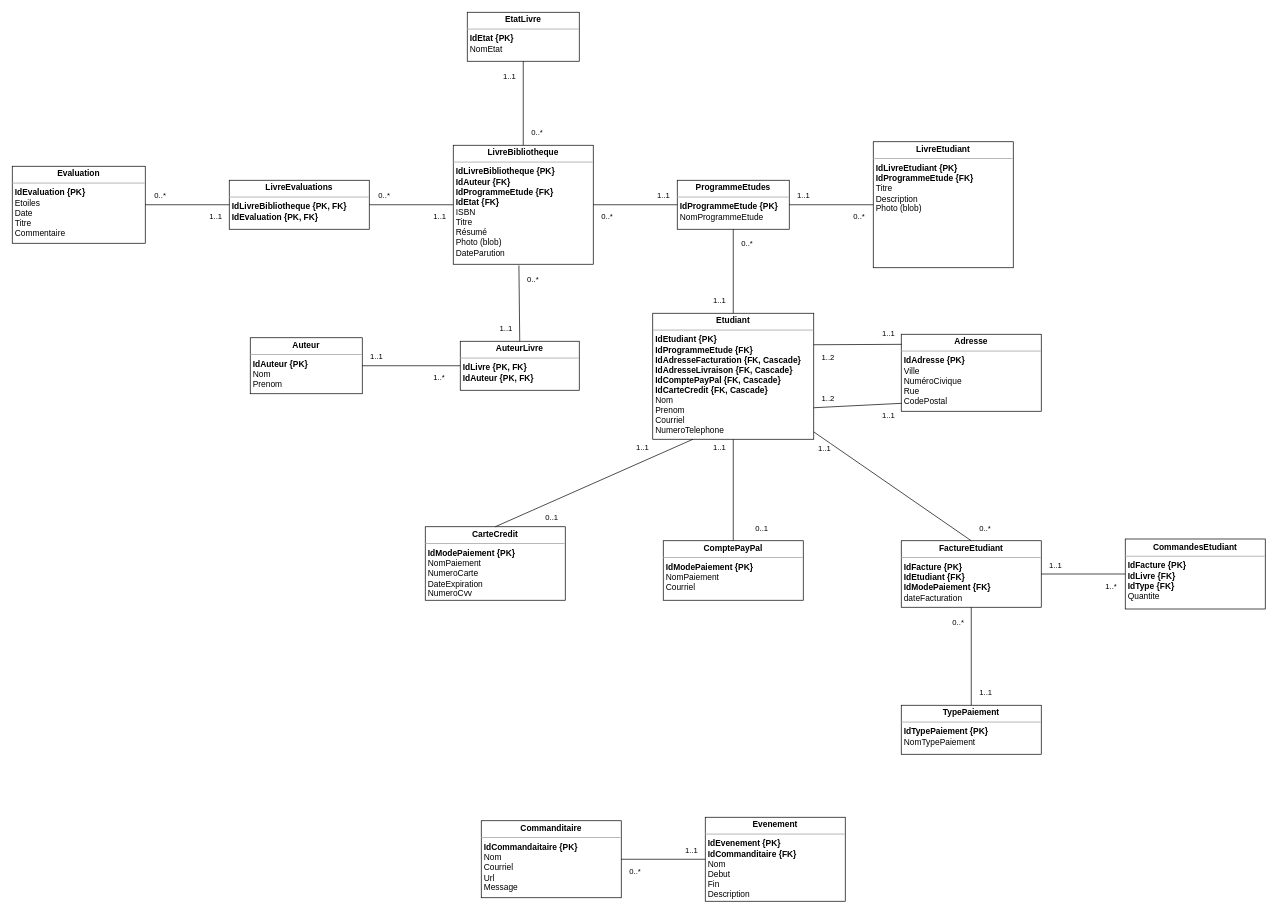
The draw.io diagram org/diagrammes/modele-bd/modele-bd-final.drawio in Feelschevreuil/vlisside-Survivor, before the edit. Source tidied: cells renumbered, new cells numbered last; positions are measured from the earlier drawing's top-left corner, leaving out a move shared by most shapes. Both pictures are drawn from the tidied source at 70%, with x=0, y=0 at pixel (12, 12).
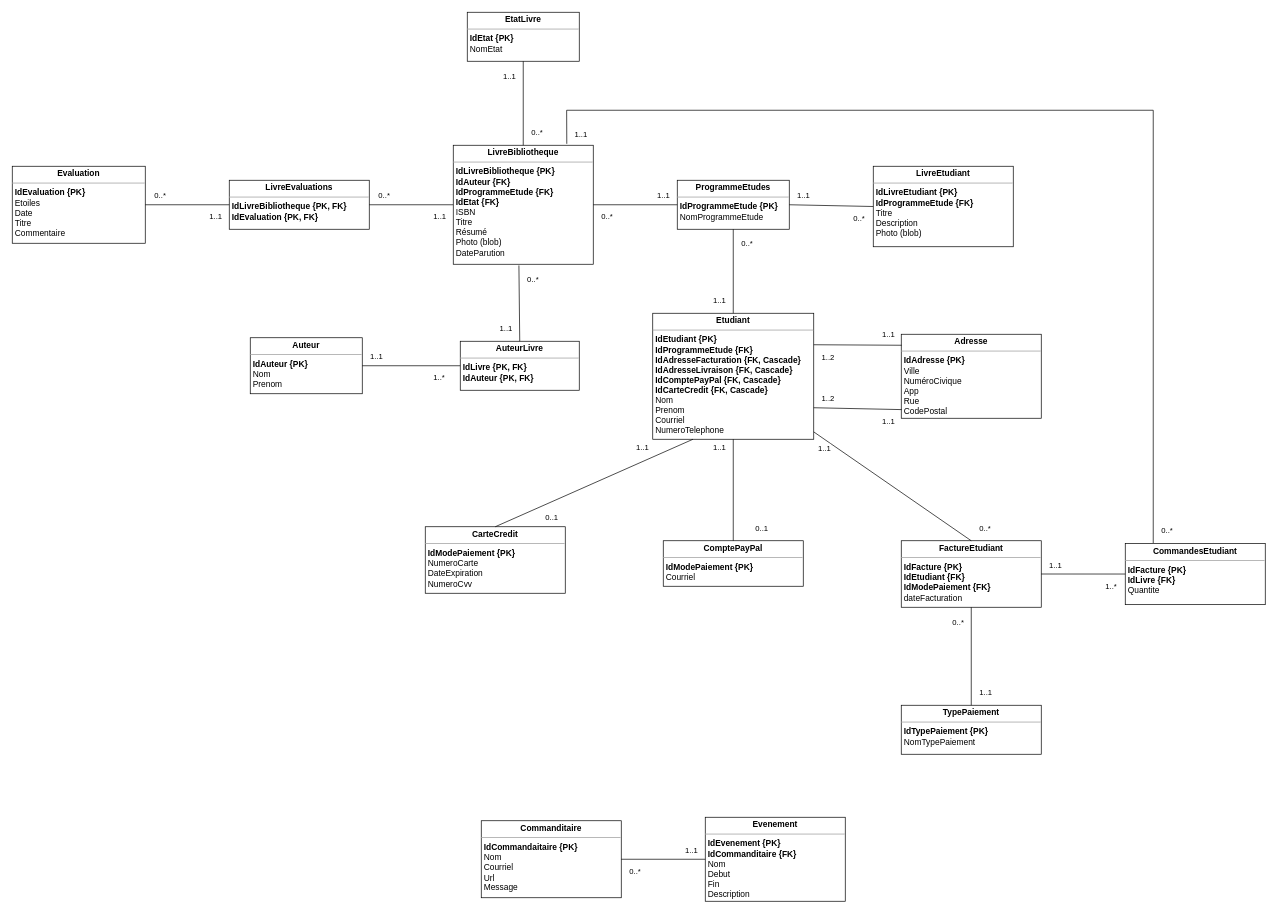
After the change.

Commit message (it also covers changes not shown here):
FIX: Ajustements au modèle de données

Suite à la validation en équipe, nous avons procédé à l'ajustement
de certains détails.

Unchanged cells that the change refers to:
```xml
<mxCell id="2" value="&lt;p style=&quot;margin: 0px ; margin-top: 4px ; text-align: center&quot;&gt;&lt;b&gt;LivreBibliotheque&lt;/b&gt;&lt;/p&gt;&lt;hr size=&quot;1&quot;&gt;&lt;p style=&quot;margin: 0px ; margin-left: 4px&quot;&gt;&lt;b&gt;IdLivreBibliotheque {PK}&lt;/b&gt;&lt;/p&gt;&lt;p style=&quot;margin: 0px ; margin-left: 4px&quot;&gt;&lt;b&gt;IdAuteur {FK}&lt;/b&gt;&lt;/p&gt;&lt;p style=&quot;margin: 0px ; margin-left: 4px&quot;&gt;&lt;b&gt;IdProgrammeEtude {FK}&lt;/b&gt;&lt;/p&gt;&lt;p style=&quot;margin: 0px ; margin-left: 4px&quot;&gt;&lt;b&gt;IdEtat {FK}&lt;/b&gt;&lt;/p&gt;&lt;p style=&quot;margin: 0px ; margin-left: 4px&quot;&gt;ISBN&lt;/p&gt;&lt;p style=&quot;margin: 0px ; margin-left: 4px&quot;&gt;Titre&lt;/p&gt;&lt;p style=&quot;margin: 0px ; margin-left: 4px&quot;&gt;Résumé&lt;/p&gt;&lt;p style=&quot;margin: 0px ; margin-left: 4px&quot;&gt;Photo (blob)&lt;/p&gt;&lt;p style=&quot;margin: 0px ; margin-left: 4px&quot;&gt;DateParution&lt;/p&gt;" style="verticalAlign=top;align=left;overflow=fill;fontSize=12;fontFamily=Helvetica;html=1;" parent="1" vertex="1">
  <mxGeometry x="630" y="190" width="200" height="170" as="geometry" />
</mxCell>
```

The edit, as a diff of the source:
```diff
@@
     <mxCell id="27" value="&lt;p style=&quot;margin: 0px ; margin-top: 4px ; text-align: center&quot;&gt;&lt;b&gt;LivreEtudiant&lt;/b&gt;&lt;/p&gt;&lt;hr size=&quot;1&quot;&gt;&lt;p style=&quot;margin: 0px ; margin-left: 4px&quot;&gt;&lt;b&gt;IdLivreEtudiant {PK}&lt;/b&gt;&lt;/p&gt;&lt;p style=&quot;margin: 0px ; margin-left: 4px&quot;&gt;&lt;b&gt;IdProgrammeEtude {FK}&lt;/b&gt;&lt;/p&gt;&lt;p style=&quot;margin: 0px ; margin-left: 4px&quot;&gt;Titre&lt;/p&gt;&lt;p style=&quot;margin: 0px ; margin-left: 4px&quot;&gt;Description&lt;/p&gt;&lt;p style=&quot;margin: 0px ; margin-left: 4px&quot;&gt;Photo (blob)&lt;/p&gt;" style="verticalAlign=top;align=left;overflow=fill;fontSize=12;fontFamily=Helvetica;html=1;" parent="1" vertex="1">
-      <mxGeometry x="1230" y="185" width="200" height="180" as="geometry" />
+      <mxGeometry x="1230" y="220" width="200" height="115" as="geometry" />
     </mxCell>
@@
-    <mxCell id="35" value="&lt;p style=&quot;margin: 0px ; margin-top: 4px ; text-align: center&quot;&gt;&lt;b&gt;Adresse&lt;/b&gt;&lt;/p&gt;&lt;hr size=&quot;1&quot;&gt;&lt;p style=&quot;margin: 0px ; margin-left: 4px&quot;&gt;&lt;b&gt;IdAdresse {PK}&lt;/b&gt;&lt;/p&gt;&lt;p style=&quot;margin: 0px ; margin-left: 4px&quot;&gt;&lt;span style=&quot;background-color: initial;&quot;&gt;Ville&lt;/span&gt;&lt;br&gt;&lt;/p&gt;&lt;p style=&quot;margin: 0px ; margin-left: 4px&quot;&gt;NuméroCivique&lt;/p&gt;&lt;p style=&quot;margin: 0px ; margin-left: 4px&quot;&gt;Rue&lt;/p&gt;&lt;p style=&quot;margin: 0px ; margin-left: 4px&quot;&gt;CodePostal&lt;/p&gt;" style="verticalAlign=top;align=left;overflow=fill;fontSize=12;fontFamily=Helvetica;html=1;" parent="1" vertex="1">
-      <mxGeometry x="1270" y="460" width="200" height="110" as="geometry" />
+    <mxCell id="35" value="&lt;p style=&quot;margin: 0px ; margin-top: 4px ; text-align: center&quot;&gt;&lt;b&gt;Adresse&lt;/b&gt;&lt;/p&gt;&lt;hr size=&quot;1&quot;&gt;&lt;p style=&quot;margin: 0px ; margin-left: 4px&quot;&gt;&lt;b&gt;IdAdresse {PK}&lt;/b&gt;&lt;/p&gt;&lt;p style=&quot;margin: 0px ; margin-left: 4px&quot;&gt;&lt;span style=&quot;background-color: initial;&quot;&gt;Ville&lt;/span&gt;&lt;br&gt;&lt;/p&gt;&lt;p style=&quot;margin: 0px ; margin-left: 4px&quot;&gt;NuméroCivique&lt;/p&gt;&lt;p style=&quot;margin: 0px ; margin-left: 4px&quot;&gt;App&lt;/p&gt;&lt;p style=&quot;margin: 0px ; margin-left: 4px&quot;&gt;Rue&lt;/p&gt;&lt;p style=&quot;margin: 0px ; margin-left: 4px&quot;&gt;CodePostal&lt;/p&gt;" style="verticalAlign=top;align=left;overflow=fill;fontSize=12;fontFamily=Helvetica;html=1;" parent="1" vertex="1">
+      <mxGeometry x="1270" y="460" width="200" height="120" as="geometry" />
     </mxCell>
@@
-    <mxCell id="50" value="&lt;p style=&quot;margin: 0px ; margin-top: 4px ; text-align: center&quot;&gt;&lt;b&gt;ComptePayPal&lt;/b&gt;&lt;/p&gt;&lt;hr size=&quot;1&quot;&gt;&lt;p style=&quot;margin: 0px ; margin-left: 4px&quot;&gt;&lt;b&gt;IdModePaiement {PK}&lt;/b&gt;&lt;/p&gt;&lt;p style=&quot;margin: 0px ; margin-left: 4px&quot;&gt;NomPaiement&lt;/p&gt;&lt;p style=&quot;margin: 0px ; margin-left: 4px&quot;&gt;Courriel&lt;/p&gt;&lt;p style=&quot;margin: 0px ; margin-left: 4px&quot;&gt;&lt;br&gt;&lt;/p&gt;" style="verticalAlign=top;align=left;overflow=fill;fontSize=12;fontFamily=Helvetica;html=1;" parent="1" vertex="1">
-      <mxGeometry x="930" y="755" width="200" height="85" as="geometry" />
+    <mxCell id="50" value="&lt;p style=&quot;margin: 0px ; margin-top: 4px ; text-align: center&quot;&gt;&lt;b&gt;ComptePayPal&lt;/b&gt;&lt;/p&gt;&lt;hr size=&quot;1&quot;&gt;&lt;p style=&quot;margin: 0px ; margin-left: 4px&quot;&gt;&lt;b&gt;IdModePaiement {PK}&lt;/b&gt;&lt;/p&gt;&lt;p style=&quot;margin: 0px ; margin-left: 4px&quot;&gt;&lt;span style=&quot;background-color: initial;&quot;&gt;Courriel&lt;/span&gt;&lt;/p&gt;&lt;p style=&quot;margin: 0px ; margin-left: 4px&quot;&gt;&lt;br&gt;&lt;/p&gt;" style="verticalAlign=top;align=left;overflow=fill;fontSize=12;fontFamily=Helvetica;html=1;" parent="1" vertex="1">
+      <mxGeometry x="930" y="755" width="200" height="65" as="geometry" />
     </mxCell>
-    <mxCell id="51" value="&lt;p style=&quot;margin: 0px ; margin-top: 4px ; text-align: center&quot;&gt;&lt;b&gt;CarteCredit&lt;/b&gt;&lt;/p&gt;&lt;hr size=&quot;1&quot;&gt;&lt;p style=&quot;margin: 0px ; margin-left: 4px&quot;&gt;&lt;b&gt;IdModePaiement {PK}&lt;/b&gt;&lt;/p&gt;&lt;p style=&quot;margin: 0px ; margin-left: 4px&quot;&gt;NomPaiement&lt;/p&gt;&lt;p style=&quot;margin: 0px ; margin-left: 4px&quot;&gt;NumeroCarte&lt;/p&gt;&lt;p style=&quot;margin: 0px ; margin-left: 4px&quot;&gt;DateExpiration&lt;/p&gt;&lt;p style=&quot;margin: 0px ; margin-left: 4px&quot;&gt;NumeroCvv&lt;/p&gt;" style="verticalAlign=top;align=left;overflow=fill;fontSize=12;fontFamily=Helvetica;html=1;" parent="1" vertex="1">
-      <mxGeometry x="590" y="735" width="200" height="105" as="geometry" />
+    <mxCell id="51" value="&lt;p style=&quot;margin: 0px ; margin-top: 4px ; text-align: center&quot;&gt;&lt;b&gt;CarteCredit&lt;/b&gt;&lt;/p&gt;&lt;hr size=&quot;1&quot;&gt;&lt;p style=&quot;margin: 0px ; margin-left: 4px&quot;&gt;&lt;b&gt;IdModePaiement {PK}&lt;/b&gt;&lt;/p&gt;&lt;p style=&quot;margin: 0px ; margin-left: 4px&quot;&gt;NumeroCarte&lt;/p&gt;&lt;p style=&quot;margin: 0px ; margin-left: 4px&quot;&gt;DateExpiration&lt;/p&gt;&lt;p style=&quot;margin: 0px ; margin-left: 4px&quot;&gt;NumeroCvv&lt;/p&gt;" style="verticalAlign=top;align=left;overflow=fill;fontSize=12;fontFamily=Helvetica;html=1;" parent="1" vertex="1">
+      <mxGeometry x="590" y="735" width="200" height="95" as="geometry" />
     </mxCell>
@@
-    <mxCell id="58" value="&lt;p style=&quot;margin: 0px ; margin-top: 4px ; text-align: center&quot;&gt;&lt;b&gt;CommandesEtudiant&lt;/b&gt;&lt;/p&gt;&lt;hr size=&quot;1&quot;&gt;&lt;p style=&quot;margin: 0px ; margin-left: 4px&quot;&gt;&lt;b&gt;IdFacture {PK}&lt;/b&gt;&lt;/p&gt;&lt;p style=&quot;margin: 0px ; margin-left: 4px&quot;&gt;&lt;b&gt;IdLivre {FK}&lt;/b&gt;&lt;/p&gt;&lt;p style=&quot;margin: 0px ; margin-left: 4px&quot;&gt;&lt;b&gt;IdType {FK}&lt;/b&gt;&lt;b&gt;&lt;br&gt;&lt;/b&gt;&lt;/p&gt;&lt;p style=&quot;margin: 0px ; margin-left: 4px&quot;&gt;Quantite&lt;/p&gt;&lt;p style=&quot;margin: 0px ; margin-left: 4px&quot;&gt;&lt;br&gt;&lt;/p&gt;" style="verticalAlign=top;align=left;overflow=fill;fontSize=12;fontFamily=Helvetica;html=1;" parent="1" vertex="1">
-      <mxGeometry x="1590" y="752.5" width="200" height="100" as="geometry" />
+    <mxCell id="58" value="&lt;p style=&quot;margin: 0px ; margin-top: 4px ; text-align: center&quot;&gt;&lt;b&gt;CommandesEtudiant&lt;/b&gt;&lt;/p&gt;&lt;hr size=&quot;1&quot;&gt;&lt;p style=&quot;margin: 0px ; margin-left: 4px&quot;&gt;&lt;b&gt;IdFacture {PK}&lt;/b&gt;&lt;/p&gt;&lt;p style=&quot;margin: 0px ; margin-left: 4px&quot;&gt;&lt;b&gt;IdLivre {FK}&lt;/b&gt;&lt;/p&gt;&lt;p style=&quot;margin: 0px ; margin-left: 4px&quot;&gt;Quantite&lt;/p&gt;&lt;p style=&quot;margin: 0px ; margin-left: 4px&quot;&gt;&lt;br&gt;&lt;/p&gt;" style="verticalAlign=top;align=left;overflow=fill;fontSize=12;fontFamily=Helvetica;html=1;" parent="1" vertex="1">
+      <mxGeometry x="1590" y="758.8" width="200" height="87.5" as="geometry" />
     </mxCell>
@@
+    <mxCell id="67" style="endArrow=none;html=1;rounded=0;exitX=0.2;exitY=-0.006;exitDx=0;exitDy=0;entryX=0.811;entryY=-0.012;entryDx=0;entryDy=0;endFill=0;entryPerimeter=0;exitPerimeter=0;" parent="1" edge="1" source="58" target="2">
+      <mxGeometry relative="1" as="geometry">
+        <Array as="points">
+          <mxPoint x="1630" y="140" />
+          <mxPoint x="792" y="140" />
+        </Array>
+      </mxGeometry>
+    </mxCell>
+    <mxCell id="68" value="0..*" style="edgeLabel;html=1;align=left;verticalAlign=bottom;" parent="67" vertex="1">
+      <mxGeometry x="-1" relative="1" as="geometry">
+        <mxPoint x="10" y="-10" as="offset" />
+      </mxGeometry>
+    </mxCell>
+    <mxCell id="69" value="1..1" style="edgeLabel;html=1;align=right;verticalAlign=bottom;" parent="67" vertex="1">
+      <mxGeometry x="1" relative="1" as="geometry">
+        <mxPoint x="30" y="-5" as="offset" />
+      </mxGeometry>
+    </mxCell>
```
